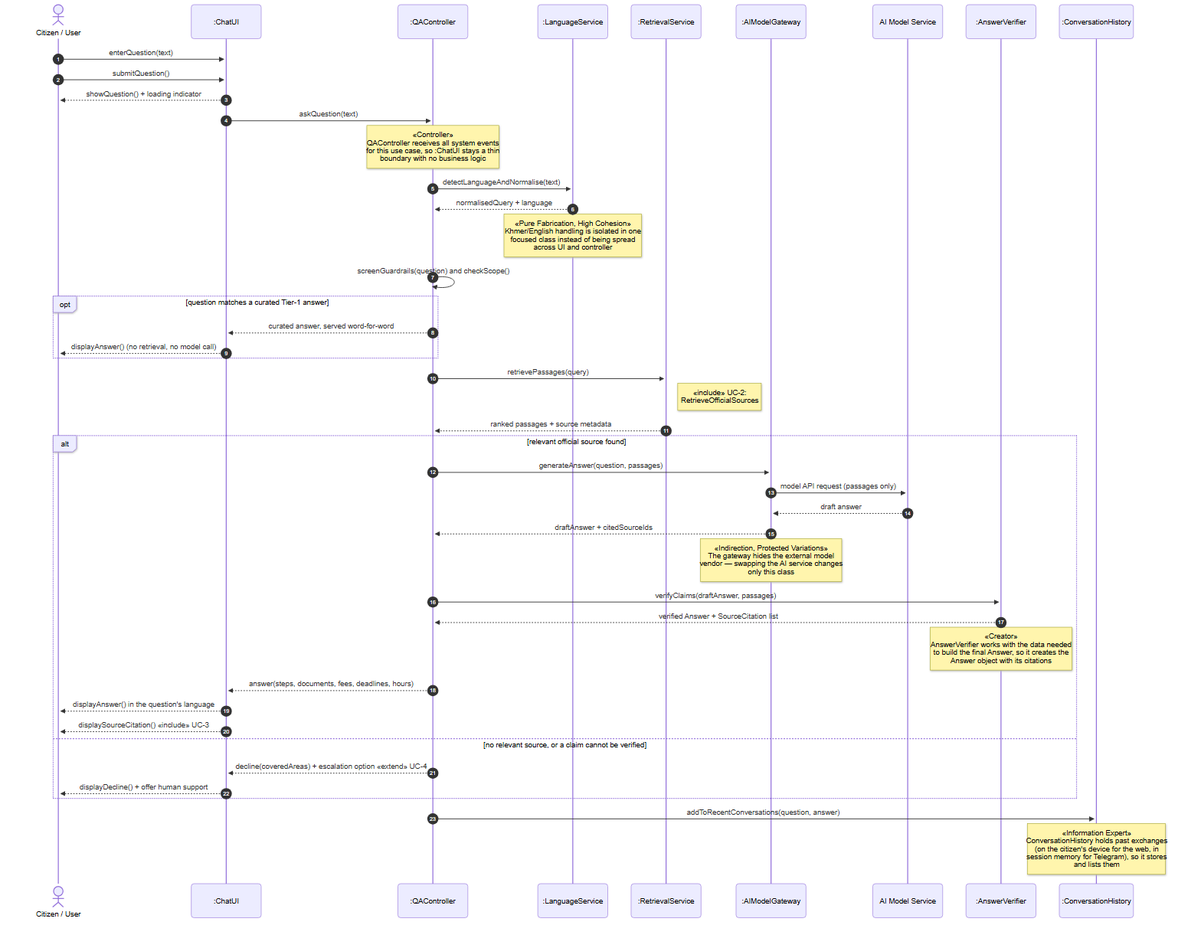
Before: docs/report2-diagrams/uc1-askquestion.png, a diagram exported from Mermaid (Monunhh/Super-ask). Its source is kept beside it as docs/report2-diagrams/uc1-askquestion.mmd.
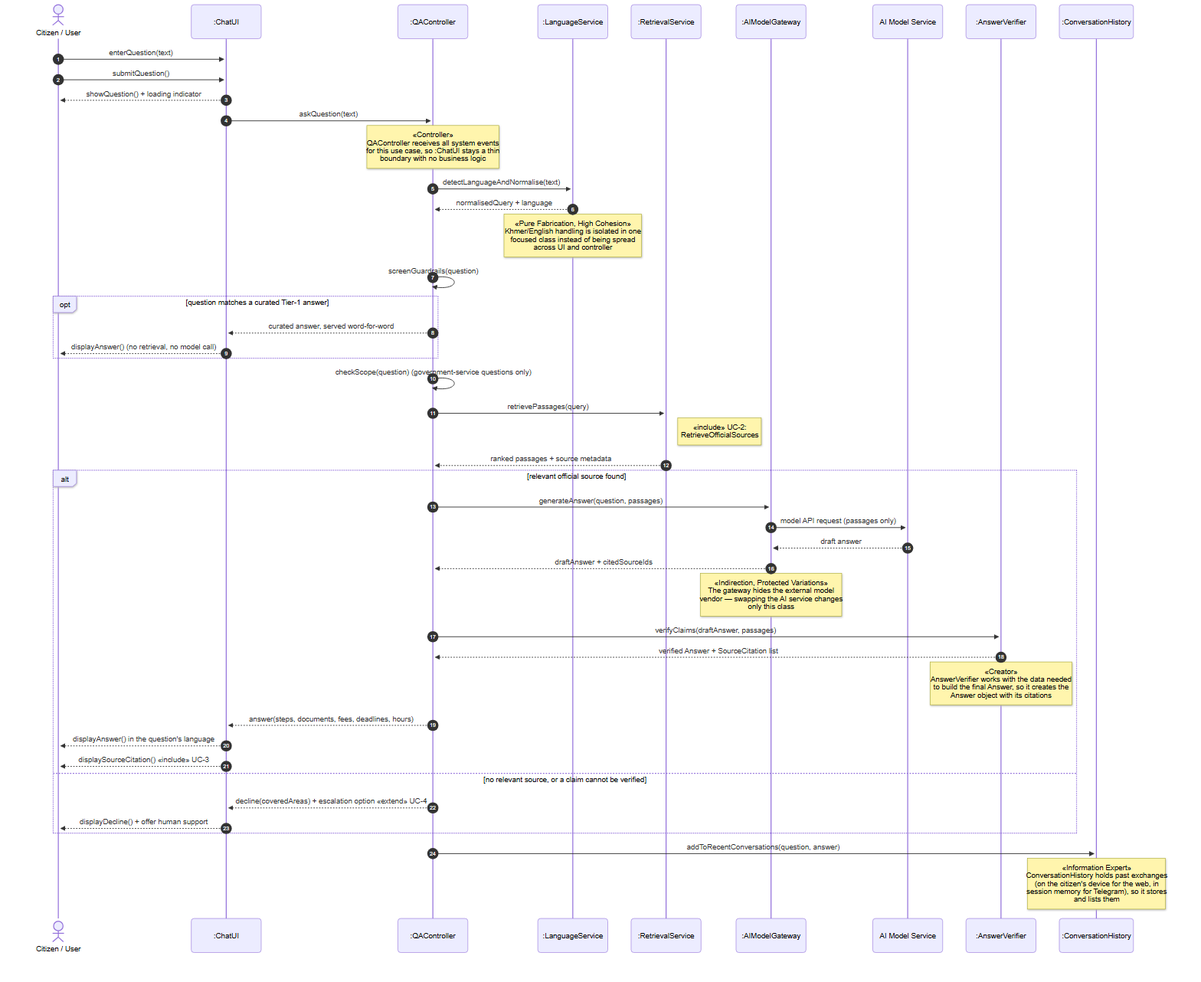
The same diagram one commit later.

Commit message:
Report 2 diagrams: align Figure 8 with code pipeline order; note steward review in UC-11 caption

What changed in the source:
```diff
@@ -18,11 +18,12 @@
     C->>L: detectLanguageAndNormalise(text)
     L-->>C: normalisedQuery + language
     Note over L: «Pure Fabrication, High Cohesion»<br/>Khmer/English handling is isolated in one<br/>focused class instead of being spread<br/>across UI and controller
-    C->>C: screenGuardrails(question) and checkScope()
+    C->>C: screenGuardrails(question)
     opt question matches a curated Tier-1 answer
         C-->>UI: curated answer, served word-for-word
         UI-->>U: displayAnswer()  (no retrieval, no model call)
     end
+    C->>C: checkScope(question)  (government-service questions only)
     C->>R: retrievePassages(query)
     Note right of R: «include» UC-2:<br/>RetrieveOfficialSources
     R-->>C: ranked passages + source metadata
```
